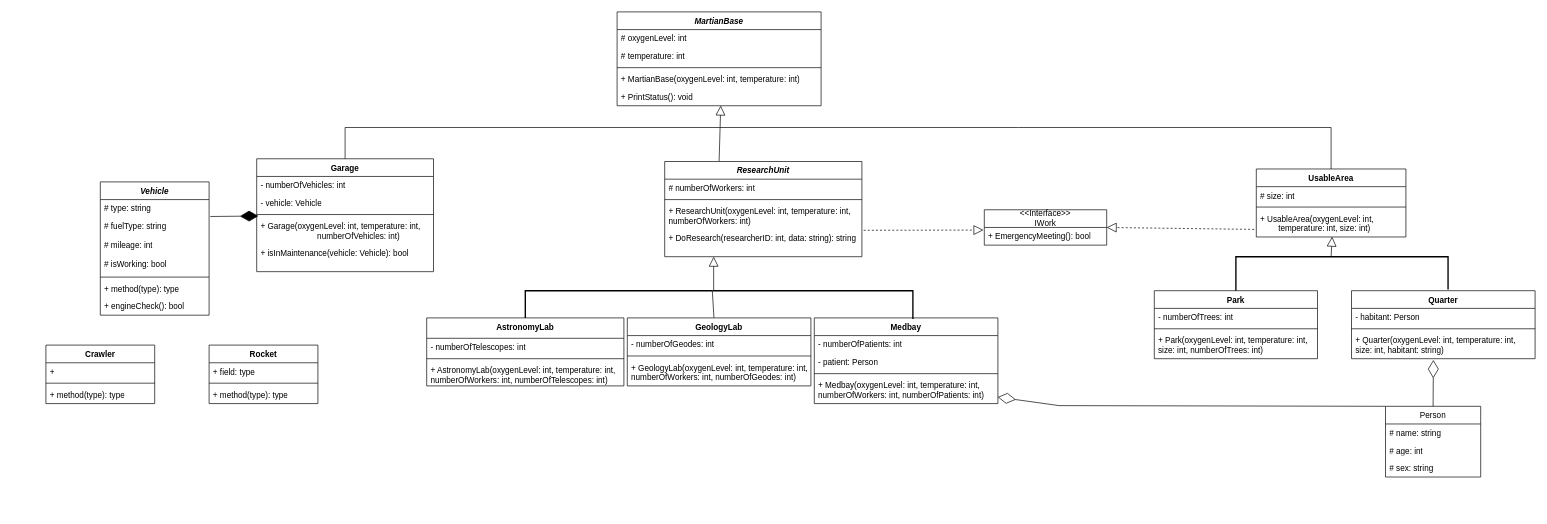
This is Diagram bez tytułu.drawio from kcprlal/CSharp, a draw.io file, before an edit. Source tidied: cells renumbered, new cells numbered last; positions are measured from the earlier drawing's top-left corner, leaving out a move shared by most shapes. Both pictures are drawn from the tidied source at 68%, with x=0, y=0 at pixel (46, 12).
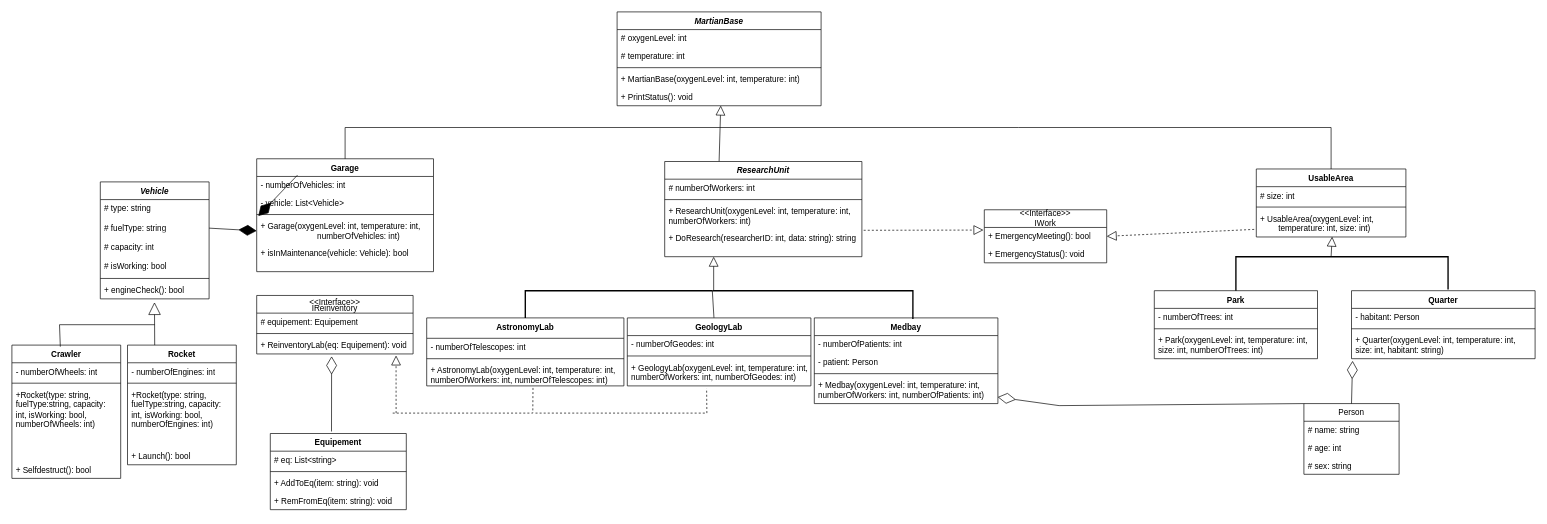
Above is the later version.

Unchanged cells that the change refers to:
```xml
<mxCell id="8" value="Garage" style="swimlane;fontStyle=1;align=center;verticalAlign=top;horizontal=1;startSize=26;whiteSpace=wrap;html=1;" parent="1" vertex="1">
  <mxGeometry x="310" y="216" width="260" height="166" as="geometry" />
</mxCell>
<mxCell id="12" value="+ Garage(oxygenLevel: int, temperature: int,&lt;div&gt;&lt;span style=&quot;white-space: pre;&quot;&gt;&#9;&lt;/span&gt;&lt;span style=&quot;white-space: pre;&quot;&gt;&#9;&lt;/span&gt;&lt;span style=&quot;white-space: pre;&quot;&gt;&#9;&lt;/span&gt;&amp;nbsp;numberOfVehicles: int)&lt;/div&gt;&lt;div&gt;&lt;br&gt;&lt;/div&gt;&lt;div&gt;&lt;br&gt;&lt;/div&gt;" style="text;strokeColor=none;fillColor=none;align=left;verticalAlign=top;spacingLeft=4;spacingRight=4;overflow=hidden;points=[[0,0.5],[1,0.5]];portConstraint=eastwest;whiteSpace=wrap;html=1;" parent="8" vertex="1">
  <mxGeometry y="86" width="260" height="40" as="geometry" />
</mxCell>
<mxCell id="24" value="+ AstronomyLab(oxygenLevel: int, temperature: int, numberOfWorkers: int, numberOfTelescopes: int)" style="text;strokeColor=none;fillColor=none;align=left;verticalAlign=top;spacingLeft=4;spacingRight=4;overflow=hidden;points=[[0,0.5],[1,0.5]];portConstraint=eastwest;whiteSpace=wrap;html=1;" parent="21" vertex="1">
  <mxGeometry y="64" width="290" height="36" as="geometry" />
</mxCell>
<mxCell id="28" value="+ GeologyLab(oxygenLevel: int, temperature: int, numberOfWorkers: int, numberOfGeodes: int)&lt;div&gt;&lt;br&gt;&lt;/div&gt;" style="text;strokeColor=none;fillColor=none;align=left;verticalAlign=top;spacingLeft=4;spacingRight=4;overflow=hidden;points=[[0,0.5],[1,0.5]];portConstraint=eastwest;whiteSpace=wrap;html=1;" parent="25" vertex="1">
  <mxGeometry y="60" width="270" height="40" as="geometry" />
</mxCell>
<mxCell id="41" value="+ Quarter(oxygenLevel: int, temperature: int, size: int, habitant: string)" style="text;strokeColor=none;fillColor=none;align=left;verticalAlign=top;spacingLeft=4;spacingRight=4;overflow=hidden;points=[[0,0.5],[1,0.5]];portConstraint=eastwest;whiteSpace=wrap;html=1;" parent="38" vertex="1">
  <mxGeometry y="60" width="270" height="40" as="geometry" />
</mxCell>
```

What changed in the source:
```diff
@@
-    <mxCell id="10" value="- vehicle: Vehicle" style="text;strokeColor=none;fillColor=none;align=left;verticalAlign=top;spacingLeft=4;spacingRight=4;overflow=hidden;whiteSpace=wrap;html=1;" parent="8" vertex="1">
+    <mxCell id="10" value="- vehicle: List&amp;lt;Vehicle&amp;gt;" style="text;strokeColor=none;fillColor=none;align=left;verticalAlign=top;spacingLeft=4;spacingRight=4;overflow=hidden;whiteSpace=wrap;html=1;" parent="8" vertex="1">
       <mxGeometry y="52" width="260" height="26" as="geometry" />
     </mxCell>
@@
     <mxCell id="47" value="&lt;i&gt;Vehicle&lt;/i&gt;" style="swimlane;fontStyle=1;align=center;verticalAlign=top;horizontal=1;startSize=26;whiteSpace=wrap;html=1;" parent="1" vertex="1">
-      <mxGeometry x="80" y="250" width="160" height="196" as="geometry" />
+      <mxGeometry x="80" y="250" width="160" height="172" as="geometry" />
     </mxCell>
-    <mxCell id="48" value="# type: string&lt;div&gt;&lt;br&gt;&lt;/div&gt;" style="text;strokeColor=none;fillColor=none;align=left;verticalAlign=top;spacingLeft=4;spacingRight=4;overflow=hidden;points=[[0,0.5],[1,0.5]];portConstraint=eastwest;whiteSpace=wrap;html=1;" parent="47" vertex="1">
-      <mxGeometry y="26" width="160" height="26" as="geometry" />
+    <mxCell id="48" value="# type: string" style="text;strokeColor=none;fillColor=none;align=left;verticalAlign=top;spacingLeft=4;spacingRight=4;overflow=hidden;points=[[0,0.5],[1,0.5]];portConstraint=eastwest;whiteSpace=wrap;html=1;" parent="47" vertex="1">
+      <mxGeometry y="26" width="160" height="28" as="geometry" />
     </mxCell>
     <mxCell id="49" value="# fuelType: string" style="text;strokeColor=none;fillColor=none;align=left;verticalAlign=top;spacingLeft=4;spacingRight=4;overflow=hidden;points=[[0,0.5],[1,0.5]];portConstraint=eastwest;whiteSpace=wrap;html=1;" parent="47" vertex="1">
-      <mxGeometry y="52" width="160" height="28" as="geometry" />
+      <mxGeometry y="54" width="160" height="28" as="geometry" />
     </mxCell>
-    <mxCell id="50" value="# mileage: int" style="text;strokeColor=none;fillColor=none;align=left;verticalAlign=top;spacingLeft=4;spacingRight=4;overflow=hidden;whiteSpace=wrap;html=1;" parent="47" vertex="1">
-      <mxGeometry y="80" width="160" height="28" as="geometry" />
+    <mxCell id="50" value="# capacity: int" style="text;strokeColor=none;fillColor=none;align=left;verticalAlign=top;spacingLeft=4;spacingRight=4;overflow=hidden;whiteSpace=wrap;html=1;" parent="47" vertex="1">
+      <mxGeometry y="82" width="160" height="28" as="geometry" />
     </mxCell>
     <mxCell id="51" value="# isWorking: bool" style="text;strokeColor=none;fillColor=none;align=left;verticalAlign=top;spacingLeft=4;spacingRight=4;overflow=hidden;whiteSpace=wrap;html=1;" parent="47" vertex="1">
-      <mxGeometry y="108" width="160" height="28" as="geometry" />
+      <mxGeometry y="110" width="160" height="28" as="geometry" />
     </mxCell>
     <mxCell id="52" style="line;strokeWidth=1;fillColor=none;align=left;verticalAlign=middle;spacingTop=-1;spacingLeft=3;spacingRight=3;labelPosition=right;strokeColor=inherit;" parent="47" vertex="1">
-      <mxGeometry y="136" width="160" height="8" as="geometry" />
+      <mxGeometry y="138" width="160" height="8" as="geometry" />
     </mxCell>
-    <mxCell id="53" value="+ method(type): type" style="text;strokeColor=none;fillColor=none;align=left;verticalAlign=top;spacingLeft=4;spacingRight=4;overflow=hidden;whiteSpace=wrap;html=1;" parent="47" vertex="1">
-      <mxGeometry y="144" width="160" height="26" as="geometry" />
-    </mxCell>
     <mxCell id="54" value="+ engineCheck(): bool" style="text;strokeColor=none;fillColor=none;align=left;verticalAlign=top;spacingLeft=4;spacingRight=4;overflow=hidden;points=[[0,0.5],[1,0.5]];portConstraint=eastwest;whiteSpace=wrap;html=1;" parent="47" vertex="1">
-      <mxGeometry y="170" width="160" height="26" as="geometry" />
+      <mxGeometry y="146" width="160" height="26" as="geometry" />
     </mxCell>
-    <mxCell id="55" style="endArrow=diamondThin;endFill=1;endSize=24;html=1;rounded=0;exitX=1.011;exitY=0.956;exitDx=0;exitDy=0;entryX=0.009;entryY=-0.045;entryDx=0;entryDy=0;entryPerimeter=0;exitPerimeter=0;" parent="1" edge="1" source="48" target="12">
-      <mxGeometry relative="1" as="geometry" />
+    <mxCell id="55" style="endArrow=diamondThin;endFill=1;endSize=24;html=1;rounded=0;exitX=1.011;exitY=0.956;exitDx=0;exitDy=0;entryX=0.009;entryY=-0.045;entryDx=0;entryDy=0;entryPerimeter=0;exitPerimeter=0;" parent="1" edge="1" target="12">
+      <mxGeometry relative="1" as="geometry">
+        <mxPoint x="370" y="240" as="sourcePoint" />
+      </mxGeometry>
     </mxCell>
     <mxCell id="56" value="Crawler" style="swimlane;fontStyle=1;align=center;verticalAlign=top;horizontal=1;startSize=26;whiteSpace=wrap;html=1;" parent="1" vertex="1">
-      <mxGeometry y="490" width="160" height="86" as="geometry" />
+      <mxGeometry x="-50" y="490" width="160" height="196" as="geometry" />
     </mxCell>
-    <mxCell id="57" value="+" style="text;strokeColor=none;fillColor=none;align=left;verticalAlign=top;spacingLeft=4;spacingRight=4;overflow=hidden;whiteSpace=wrap;html=1;" parent="56" vertex="1">
+    <mxCell id="57" value="- numberOfWheels: int" style="text;strokeColor=none;fillColor=none;align=left;verticalAlign=top;spacingLeft=4;spacingRight=4;overflow=hidden;whiteSpace=wrap;html=1;" parent="56" vertex="1">
       <mxGeometry y="26" width="160" height="26" as="geometry" />
     </mxCell>
@@
+    <mxCell id="80" value="+Rocket(type: string, fuelType:string, capacity: int, isWorking: bool, numberOfWheels: int)" style="text;strokeColor=none;fillColor=none;align=left;verticalAlign=top;spacingLeft=4;spacingRight=4;overflow=hidden;whiteSpace=wrap;html=1;" parent="56" vertex="1">
+      <mxGeometry y="60" width="160" height="110" as="geometry" />
+    </mxCell>
-    <mxCell id="59" value="+ method(type): type" style="text;strokeColor=none;fillColor=none;align=left;verticalAlign=top;spacingLeft=4;spacingRight=4;overflow=hidden;whiteSpace=wrap;html=1;" parent="56" vertex="1">
-      <mxGeometry y="60" width="160" height="26" as="geometry" />
+    <mxCell id="59" value="+ Selfdestruct(): bool" style="text;strokeColor=none;fillColor=none;align=left;verticalAlign=top;spacingLeft=4;spacingRight=4;overflow=hidden;whiteSpace=wrap;html=1;" parent="56" vertex="1">
+      <mxGeometry y="170" width="160" height="26" as="geometry" />
     </mxCell>
     <mxCell id="60" value="Rocket" style="swimlane;fontStyle=1;align=center;verticalAlign=top;horizontal=1;startSize=26;whiteSpace=wrap;html=1;" parent="1" vertex="1">
-      <mxGeometry x="240" y="490" width="160" height="86" as="geometry" />
+      <mxGeometry x="120" y="490" width="160" height="176" as="geometry" />
     </mxCell>
-    <mxCell id="61" value="+ field: type" style="text;strokeColor=none;fillColor=none;align=left;verticalAlign=top;spacingLeft=4;spacingRight=4;overflow=hidden;whiteSpace=wrap;html=1;" parent="60" vertex="1">
+    <mxCell id="61" value="- numberOfEngines: int" style="text;strokeColor=none;fillColor=none;align=left;verticalAlign=top;spacingLeft=4;spacingRight=4;overflow=hidden;whiteSpace=wrap;html=1;" parent="60" vertex="1">
       <mxGeometry y="26" width="160" height="26" as="geometry" />
     </mxCell>
@@
+    <mxCell id="81" value="+Rocket(type: string, fuelType:string, capacity: int, isWorking: bool, numberOfEngines: int)" style="text;strokeColor=none;fillColor=none;align=left;verticalAlign=top;spacingLeft=4;spacingRight=4;overflow=hidden;whiteSpace=wrap;html=1;" parent="60" vertex="1">
+      <mxGeometry y="60" width="160" height="90" as="geometry" />
+    </mxCell>
-    <mxCell id="63" value="+ method(type): type" style="text;strokeColor=none;fillColor=none;align=left;verticalAlign=top;spacingLeft=4;spacingRight=4;overflow=hidden;whiteSpace=wrap;html=1;" parent="60" vertex="1">
-      <mxGeometry y="60" width="160" height="26" as="geometry" />
+    <mxCell id="63" value="+ Launch(): bool" style="text;strokeColor=none;fillColor=none;align=left;verticalAlign=top;spacingLeft=4;spacingRight=4;overflow=hidden;whiteSpace=wrap;html=1;" parent="60" vertex="1">
+      <mxGeometry y="150" width="160" height="26" as="geometry" />
     </mxCell>
@@
     <mxCell id="70" value="&amp;lt;&amp;lt;Interface&amp;gt;&amp;gt;&lt;div&gt;IWork&lt;/div&gt;" style="swimlane;fontStyle=0;horizontal=1;startSize=26;fillColor=none;whiteSpace=wrap;html=1;" parent="1" vertex="1">
-      <mxGeometry x="1380" y="291" width="180" height="52" as="geometry" />
+      <mxGeometry x="1380" y="291" width="180" height="78" as="geometry" />
     </mxCell>
@@
+    <mxCell id="82" value="+ EmergencyStatus(): void" style="text;strokeColor=none;fillColor=none;align=left;verticalAlign=top;spacingLeft=4;spacingRight=4;overflow=hidden;whiteSpace=wrap;html=1;" parent="70" vertex="1">
+      <mxGeometry y="52" width="180" height="26" as="geometry" />
+    </mxCell>
@@
     <mxCell id="74" value="Person" style="swimlane;fontStyle=0;horizontal=1;startSize=26;fillColor=none;whiteSpace=wrap;html=1;" parent="1" vertex="1">
-      <mxGeometry x="1970" y="580" width="140" height="104" as="geometry" />
+      <mxGeometry x="1850" y="576" width="140" height="104" as="geometry" />
     </mxCell>
@@
-    <mxCell id="78" style="endArrow=diamondThin;endFill=0;endSize=24;html=1;rounded=0;exitX=0.5;exitY=0;exitDx=0;exitDy=0;entryX=0.446;entryY=1.045;entryDx=0;entryDy=0;entryPerimeter=0;" parent="1" edge="1" source="74" target="41">
+    <mxCell id="78" style="endArrow=diamondThin;endFill=0;endSize=24;html=1;rounded=0;exitX=0.5;exitY=0;exitDx=0;exitDy=0;entryX=0.006;entryY=1.079;entryDx=0;entryDy=0;entryPerimeter=0;" parent="1" edge="1" source="74" target="41">
       <mxGeometry relative="1" as="geometry" />
     </mxCell>
@@
+    <mxCell id="83" value="&lt;div style=&quot;line-height: 70%;&quot;&gt;&lt;span style=&quot;font-weight: normal;&quot;&gt;&amp;lt;&amp;lt;Interface&amp;gt;&amp;gt;&lt;/span&gt;&lt;div&gt;&lt;span style=&quot;font-weight: normal;&quot;&gt;IReinventory&lt;/span&gt;&lt;/div&gt;&lt;/div&gt;" style="swimlane;fontStyle=1;align=center;verticalAlign=top;horizontal=1;startSize=26;whiteSpace=wrap;html=1;" parent="1" vertex="1">
+      <mxGeometry x="310" y="417" width="230" height="86" as="geometry" />
+    </mxCell>
+    <mxCell id="84" value="# equipement: Equipement" style="text;strokeColor=none;fillColor=none;align=left;verticalAlign=top;spacingLeft=4;spacingRight=4;overflow=hidden;whiteSpace=wrap;html=1;" parent="83" vertex="1">
+      <mxGeometry y="26" width="230" height="26" as="geometry" />
+    </mxCell>
+    <mxCell id="85" style="line;strokeWidth=1;fillColor=none;align=left;verticalAlign=middle;spacingTop=-1;spacingLeft=3;spacingRight=3;labelPosition=right;strokeColor=inherit;" parent="83" vertex="1">
+      <mxGeometry y="52" width="230" height="8" as="geometry" />
+    </mxCell>
+    <mxCell id="86" value="+ ReinventoryLab(eq: Equipement): void" style="text;strokeColor=none;fillColor=none;align=left;verticalAlign=top;spacingLeft=4;spacingRight=4;overflow=hidden;points=[[0,0.5],[1,0.5]];portConstraint=eastwest;whiteSpace=wrap;html=1;" parent="83" vertex="1">
+      <mxGeometry y="60" width="230" height="26" as="geometry" />
+    </mxCell>
+    <mxCell id="87" style="endArrow=block;dashed=1;endFill=0;endSize=12;html=1;rounded=0;entryX=0.891;entryY=1.086;entryDx=0;entryDy=0;entryPerimeter=0;" parent="1" edge="1" target="86">
+      <mxGeometry relative="1" as="geometry">
+        <mxPoint x="515" y="590" as="sourcePoint" />
+      </mxGeometry>
+    </mxCell>
+    <mxCell id="88" style="endArrow=none;dashed=1;html=1;rounded=0;entryX=0.539;entryY=1.073;entryDx=0;entryDy=0;entryPerimeter=0;" parent="1" edge="1" target="24">
+      <mxGeometry relative="1" as="geometry">
+        <mxPoint x="510" y="590" as="sourcePoint" />
+        <Array as="points">
+          <mxPoint x="716" y="590" />
+        </Array>
+      </mxGeometry>
+    </mxCell>
+    <mxCell id="89" style="endArrow=none;dashed=1;html=1;rounded=0;entryX=0.432;entryY=1.096;entryDx=0;entryDy=0;entryPerimeter=0;" parent="1" edge="1" target="28">
+      <mxGeometry relative="1" as="geometry">
+        <mxPoint x="720" y="590" as="sourcePoint" />
+        <Array as="points">
+          <mxPoint x="972" y="590" />
+        </Array>
+      </mxGeometry>
+    </mxCell>
+    <mxCell id="90" style="endArrow=diamondThin;endFill=0;endSize=24;html=1;rounded=0;entryX=0.479;entryY=1.133;entryDx=0;entryDy=0;entryPerimeter=0;" parent="1" edge="1" target="86">
+      <mxGeometry relative="1" as="geometry">
+        <mxPoint x="420" y="617" as="sourcePoint" />
+      </mxGeometry>
+    </mxCell>
+    <mxCell id="91" value="Equipement" style="swimlane;fontStyle=1;align=center;verticalAlign=top;horizontal=1;startSize=26;whiteSpace=wrap;html=1;" parent="1" vertex="1">
+      <mxGeometry x="330" y="620" width="200" height="112" as="geometry" />
+    </mxCell>
+    <mxCell id="92" value="# eq: List&amp;lt;string&amp;gt;" style="text;strokeColor=none;fillColor=none;align=left;verticalAlign=top;spacingLeft=4;spacingRight=4;overflow=hidden;whiteSpace=wrap;html=1;" parent="91" vertex="1">
+      <mxGeometry y="26" width="200" height="26" as="geometry" />
+    </mxCell>
+    <mxCell id="93" style="line;strokeWidth=1;fillColor=none;align=left;verticalAlign=middle;spacingTop=-1;spacingLeft=3;spacingRight=3;labelPosition=right;strokeColor=inherit;" parent="91" vertex="1">
+      <mxGeometry y="52" width="200" height="8" as="geometry" />
+    </mxCell>
+    <mxCell id="94" value="&lt;div&gt;+ AddToEq(item: string): void&lt;/div&gt;" style="text;strokeColor=none;fillColor=none;align=left;verticalAlign=top;spacingLeft=4;spacingRight=4;overflow=hidden;whiteSpace=wrap;html=1;" parent="91" vertex="1">
+      <mxGeometry y="60" width="200" height="26" as="geometry" />
+    </mxCell>
+    <mxCell id="95" value="&lt;div&gt;+ RemFromEq(item: string): void&lt;/div&gt;" style="text;strokeColor=none;fillColor=none;align=left;verticalAlign=top;spacingLeft=4;spacingRight=4;overflow=hidden;whiteSpace=wrap;html=1;" parent="91" vertex="1">
+      <mxGeometry y="86" width="200" height="26" as="geometry" />
+    </mxCell>
+    <mxCell id="96" style="endArrow=diamondThin;endFill=1;endSize=24;html=1;rounded=0;exitX=1;exitY=0.5;exitDx=0;exitDy=0;entryX=0;entryY=0.5;entryDx=0;entryDy=0;" parent="1" edge="1" source="49" target="12">
+      <mxGeometry relative="1" as="geometry" />
+    </mxCell>
+    <mxCell id="97" style="endArrow=block;endSize=16;endFill=0;html=1;rounded=0;exitX=0.25;exitY=0;exitDx=0;exitDy=0;entryX=0.498;entryY=1.192;entryDx=0;entryDy=0;entryPerimeter=0;" parent="1" edge="1" source="60" target="54">
+      <mxGeometry relative="1" as="geometry" />
+    </mxCell>
+    <mxCell id="98" style="endArrow=none;html=1;rounded=0;exitX=0.445;exitY=0.012;exitDx=0;exitDy=0;exitPerimeter=0;" parent="1" edge="1" source="56">
+      <mxGeometry relative="1" as="geometry">
+        <mxPoint x="160" y="460" as="targetPoint" />
+        <Array as="points">
+          <mxPoint x="20" y="460" />
+        </Array>
+      </mxGeometry>
+    </mxCell>
```
